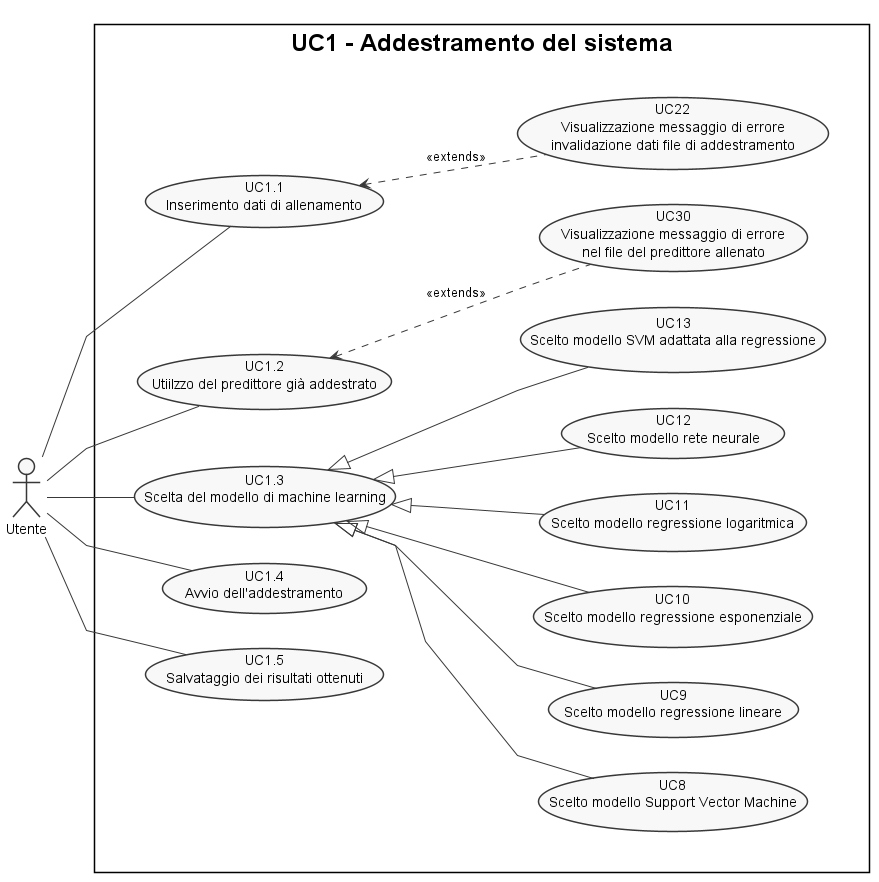
Earlier version of the PlantUML export esterni/analisi-dei-requisiti/components/casi-duso/diagrams/out/uc1.png (sofiabononi/project-docs).
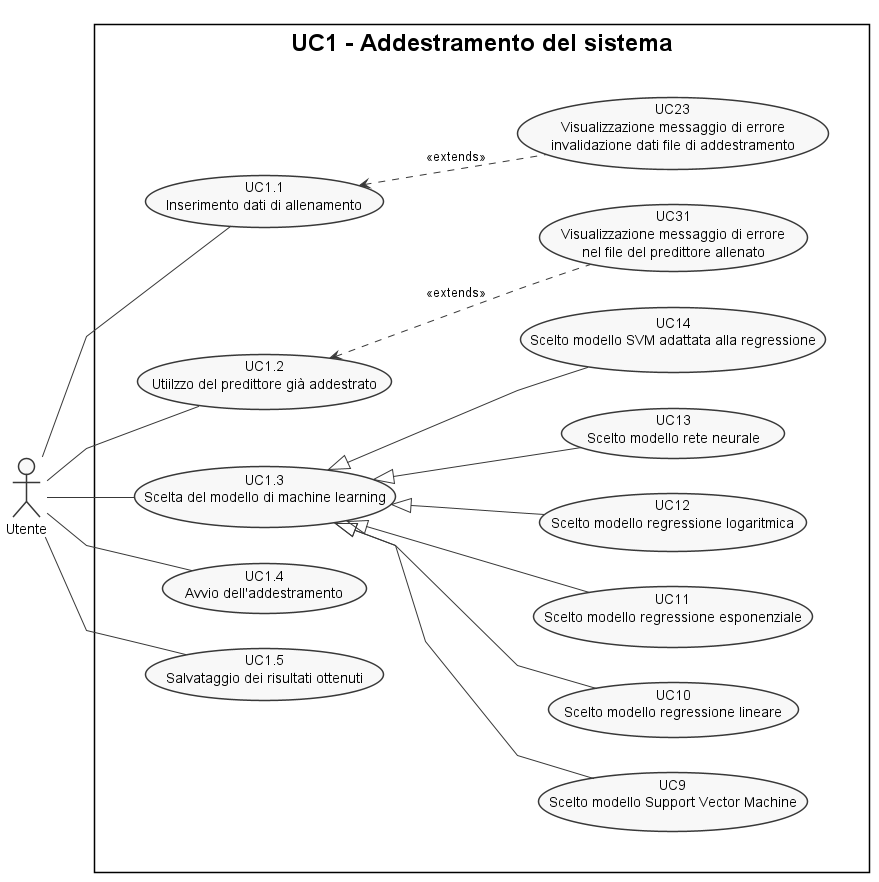
After the change.

Change to the diagram source:
```diff
@@ -12,14 +12,14 @@
     usecase (UC1.3) as "UC1.3\n Scelta del modello di machine learning\n"
     usecase (UC1.4) as "UC1.4\n Avvio dell'addestramento"
     usecase (UC1.5) as "UC1.5\n Salvataggio dei risultati ottenuti"
-    usecase (UC22) as "UC22\n Visualizzazione messaggio di errore\n invalidazione dati file di addestramento"
-    usecase (UC30) as "UC30\n  Visualizzazione messaggio di errore\n nel file del predittore allenato"
-    usecase (UC8) as "UC8\n Scelto modello Support Vector Machine"
-    usecase (UC9) as "UC9\n Scelto modello regressione lineare"
-    usecase (UC10) as "UC10\n Scelto modello regressione esponenziale"
-    usecase (UC11) as "UC11\n Scelto modello regressione logaritmica"
-    usecase (UC12) as "UC12\n Scelto modello rete neurale"
-    usecase (UC13) as "UC13\n Scelto modello SVM adattata alla regressione"
+    usecase (UC23) as "UC23\n Visualizzazione messaggio di errore\n invalidazione dati file di addestramento"
+    usecase (UC31) as "UC31\n  Visualizzazione messaggio di errore\n nel file del predittore allenato"
+    usecase (UC9) as "UC9\n Scelto modello Support Vector Machine"
+    usecase (UC10) as "UC10\n Scelto modello regressione lineare"
+    usecase (UC11) as "UC11\n Scelto modello regressione esponenziale"
+    usecase (UC12) as "UC12\n Scelto modello regressione logaritmica"
+    usecase (UC13) as "UC13\n Scelto modello rete neurale"
+    usecase (UC14) as "UC14\n Scelto modello SVM adattata alla regressione"
   }
 }
 
@@ -29,13 +29,13 @@
 :A: -- (UC1.4)
 :A: -- (UC1.5)
 
-(UC1.1) <.. (UC22) : <<extends>>
-(UC1.2) <.. (UC30) : <<extends>>
-(UC1.3) <|-- (UC8)
+(UC1.1) <.. (UC23) : <<extends>>
+(UC1.2) <.. (UC31) : <<extends>>
 (UC1.3) <|-- (UC9)
 (UC1.3) <|-- (UC10)
 (UC1.3) <|-- (UC11)
 (UC1.3) <|-- (UC12)
 (UC1.3) <|-- (UC13)
+(UC1.3) <|-- (UC14)
 
 @enduml
```
